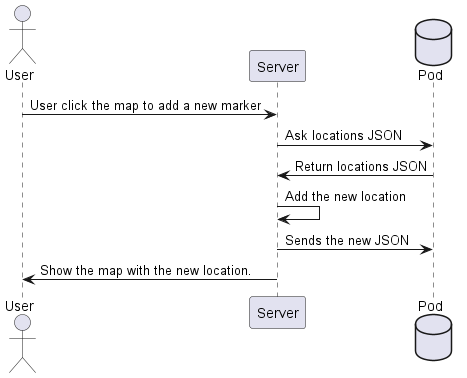
Above: images/Sequence diagram - Saving Locations - mobileapp.png in Arquisoft/lomap_es3a (PlantUML), before the change.
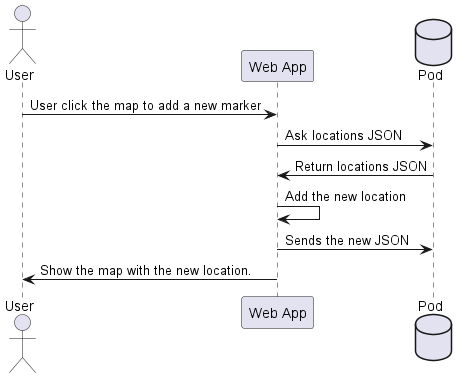
Later version of the same file.

The edit, as a diff of the source:
```diff
@@ -1,14 +1,14 @@
 @startuml
 
 actor User
-participant Server
+participant "Web App" as W
 database Pod as "Pod"
 
-User-> Server: User click the map to add a new marker
-Server ->Pod: Ask locations JSON
-Pod-> Server: Return locations JSON
-Server -> Server: Add the new location
-Server ->Pod: Sends the new JSON
-Server ->User: Show the map with the new location.
+User-> W: User click the map to add a new marker
+W ->Pod: Ask locations JSON
+Pod-> W: Return locations JSON
+W -> W: Add the new location
+W ->Pod: Sends the new JSON
+W ->User: Show the map with the new location.
 
 @enduml
```
